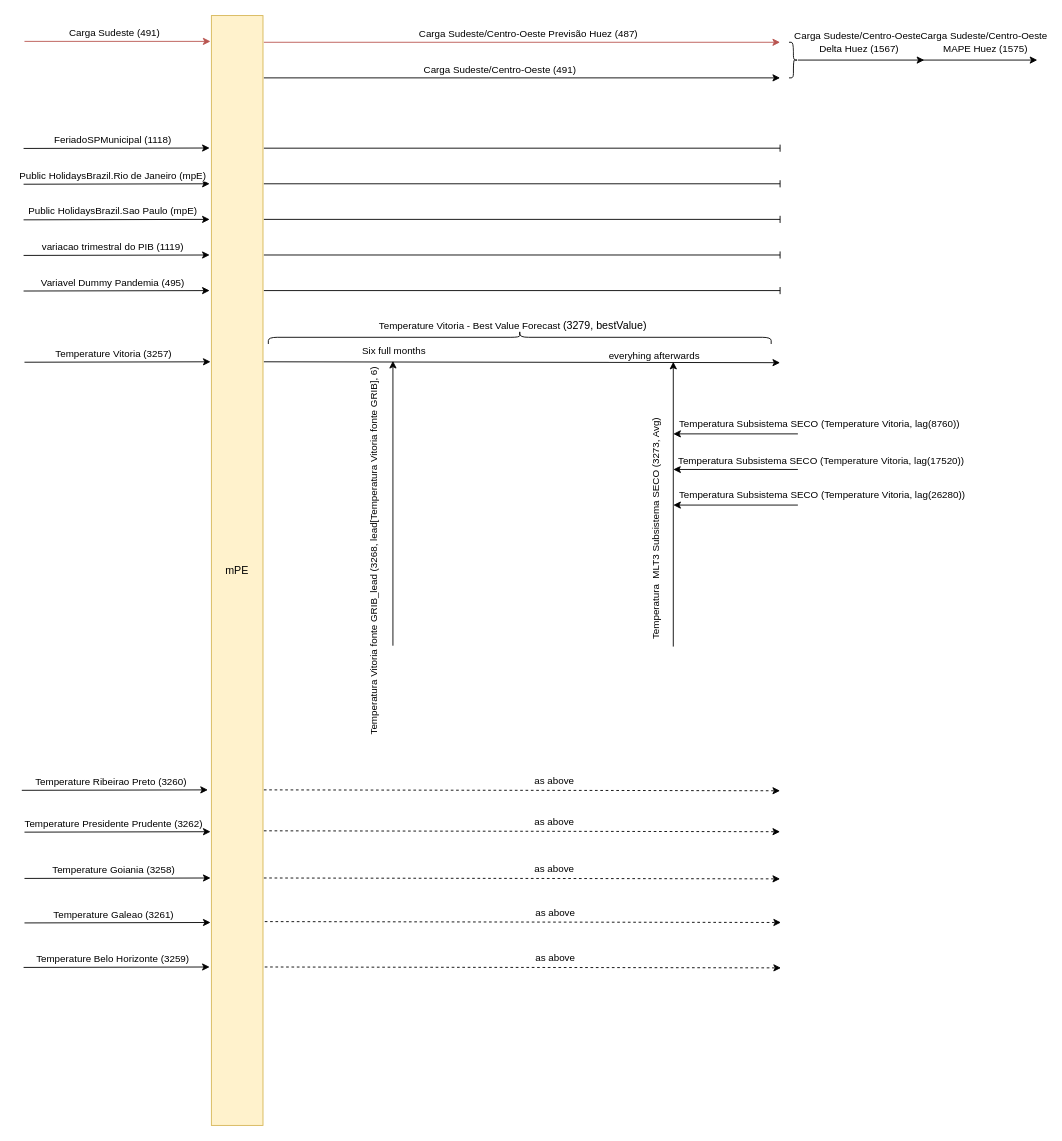
Before: Forecast_model_data_structe.drawio in GigiGanzGross/TimeSeriesAnalysisWithPython, a draw.io diagram. Source tidied: cells renumbered, new cells numbered last; positions are measured from the earlier drawing's top-left corner, leaving out a move shared by most shapes. Both pictures are drawn from the tidied source at 89%, with x=0, y=0 at pixel (21, 15).
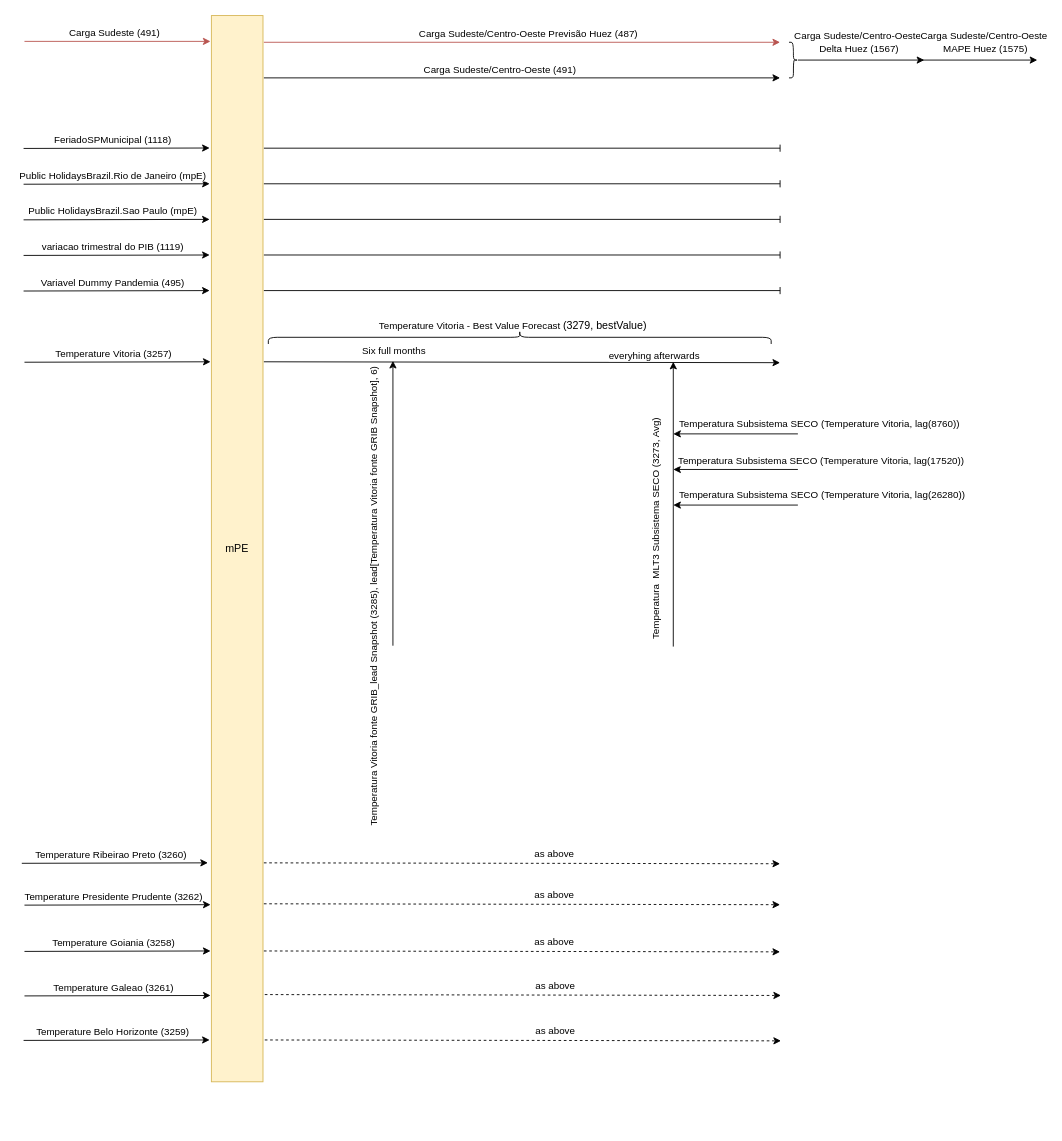
After the change.

The change refers to these unchanged cells:
```xml
<mxCell id="25" style="endArrow=classic;html=1;rounded=0;fontSize=11;strokeWidth=1;" parent="1" edge="1">
  <mxGeometry relative="1" as="geometry">
    <mxPoint x="417" y="708" as="sourcePoint" />
    <mxPoint x="417" y="388" as="targetPoint" />
  </mxGeometry>
</mxCell>
```

Change to the diagram source:
```diff
@@
     <mxCell id="2" value="mPE" style="rounded=0;whiteSpace=wrap;html=1;fillColor=#fff2cc;strokeColor=#d6b656;" parent="1" vertex="1">
-      <mxGeometry x="213" width="58" height="1247" as="geometry" />
+      <mxGeometry x="213" width="58" height="1198" as="geometry" />
     </mxCell>
@@
-    <mxCell id="26" value="Temperatura Vitoria fonte GRIB_lead (3268, lead[Temperatura Vitoria fonte GRIB], 6)" style="edgeLabel;html=1;align=center;verticalAlign=middle;fontSize=11;rotation=-90;" parent="25" vertex="1">
+    <mxCell id="26" value="Temperatura Vitoria fonte GRIB_lead Snapshot (3285), lead[Temperatura Vitoria fonte GRIB Snapshot], 6)" style="edgeLabel;html=1;align=center;verticalAlign=middle;fontSize=11;rotation=-90;" parent="25" vertex="1">
       <mxGeometry x="-0.18" y="2" relative="1" as="geometry">
-        <mxPoint x="-20" y="26" as="offset" />
+        <mxPoint x="-20" y="77" as="offset" />
       </mxGeometry>
     </mxCell>
@@
     <mxCell id="46" style="endArrow=classic;html=1;rounded=0;exitX=1.044;exitY=0.114;exitDx=0;exitDy=0;exitPerimeter=0;" parent="1" edge="1">
       <mxGeometry relative="1" as="geometry">
-        <mxPoint y="870.5" as="sourcePoint" />
-        <mxPoint x="209.1" y="870" as="targetPoint" />
+        <mxPoint y="952.5" as="sourcePoint" />
+        <mxPoint x="209.1" y="952" as="targetPoint" />
       </mxGeometry>
     </mxCell>
@@
     <mxCell id="48" style="endArrow=classic;html=1;rounded=0;strokeWidth=1;dashed=1;" parent="1" edge="1">
       <mxGeometry relative="1" as="geometry">
-        <mxPoint x="272" y="870" as="sourcePoint" />
-        <mxPoint x="852" y="871" as="targetPoint" />
+        <mxPoint x="272" y="952" as="sourcePoint" />
+        <mxPoint x="852" y="953" as="targetPoint" />
       </mxGeometry>
     </mxCell>
@@
     <mxCell id="50" style="endArrow=classic;html=1;rounded=0;exitX=1.044;exitY=0.114;exitDx=0;exitDy=0;exitPerimeter=0;" parent="1" edge="1">
       <mxGeometry relative="1" as="geometry">
-        <mxPoint x="3" y="917.5" as="sourcePoint" />
-        <mxPoint x="212.1" y="917" as="targetPoint" />
+        <mxPoint x="3" y="999.5" as="sourcePoint" />
+        <mxPoint x="212.1" y="999" as="targetPoint" />
       </mxGeometry>
     </mxCell>
@@
     <mxCell id="52" style="endArrow=classic;html=1;rounded=0;strokeWidth=1;dashed=1;" parent="1" edge="1">
       <mxGeometry relative="1" as="geometry">
-        <mxPoint x="272" y="916" as="sourcePoint" />
-        <mxPoint x="852" y="917" as="targetPoint" />
+        <mxPoint x="272" y="998" as="sourcePoint" />
+        <mxPoint x="852" y="999" as="targetPoint" />
       </mxGeometry>
     </mxCell>
@@
     <mxCell id="54" style="endArrow=classic;html=1;rounded=0;exitX=1.044;exitY=0.114;exitDx=0;exitDy=0;exitPerimeter=0;" parent="1" edge="1">
       <mxGeometry relative="1" as="geometry">
-        <mxPoint x="3" y="969.5" as="sourcePoint" />
-        <mxPoint x="212.1" y="969" as="targetPoint" />
+        <mxPoint x="3" y="1051.5" as="sourcePoint" />
+        <mxPoint x="212.1" y="1051" as="targetPoint" />
       </mxGeometry>
     </mxCell>
@@
     <mxCell id="56" style="endArrow=classic;html=1;rounded=0;exitX=1.044;exitY=0.114;exitDx=0;exitDy=0;exitPerimeter=0;" parent="1" edge="1">
       <mxGeometry relative="1" as="geometry">
-        <mxPoint x="3" y="1019.5" as="sourcePoint" />
-        <mxPoint x="212.1" y="1019" as="targetPoint" />
+        <mxPoint x="3" y="1101.5" as="sourcePoint" />
+        <mxPoint x="212.1" y="1101" as="targetPoint" />
       </mxGeometry>
     </mxCell>
@@
     <mxCell id="58" style="endArrow=classic;html=1;rounded=0;exitX=1.044;exitY=0.114;exitDx=0;exitDy=0;exitPerimeter=0;" parent="1" edge="1">
       <mxGeometry relative="1" as="geometry">
-        <mxPoint x="2" y="1069.5" as="sourcePoint" />
-        <mxPoint x="211.1" y="1069" as="targetPoint" />
+        <mxPoint x="2" y="1151.5" as="sourcePoint" />
+        <mxPoint x="211.1" y="1151" as="targetPoint" />
       </mxGeometry>
     </mxCell>
@@
     <mxCell id="60" style="endArrow=classic;html=1;rounded=0;strokeWidth=1;dashed=1;" parent="1" edge="1">
       <mxGeometry relative="1" as="geometry">
-        <mxPoint x="272" y="969" as="sourcePoint" />
-        <mxPoint x="852" y="970" as="targetPoint" />
+        <mxPoint x="272" y="1051" as="sourcePoint" />
+        <mxPoint x="852" y="1052" as="targetPoint" />
       </mxGeometry>
     </mxCell>
@@
     <mxCell id="62" style="endArrow=classic;html=1;rounded=0;strokeWidth=1;dashed=1;" parent="1" edge="1">
       <mxGeometry relative="1" as="geometry">
-        <mxPoint x="273" y="1018" as="sourcePoint" />
-        <mxPoint x="853" y="1019" as="targetPoint" />
+        <mxPoint x="273" y="1100" as="sourcePoint" />
+        <mxPoint x="853" y="1101" as="targetPoint" />
       </mxGeometry>
     </mxCell>
@@
     <mxCell id="64" style="endArrow=classic;html=1;rounded=0;strokeWidth=1;dashed=1;" parent="1" edge="1">
       <mxGeometry relative="1" as="geometry">
-        <mxPoint x="273" y="1069" as="sourcePoint" />
-        <mxPoint x="853" y="1070" as="targetPoint" />
+        <mxPoint x="273" y="1151" as="sourcePoint" />
+        <mxPoint x="853" y="1152" as="targetPoint" />
       </mxGeometry>
     </mxCell>
```
